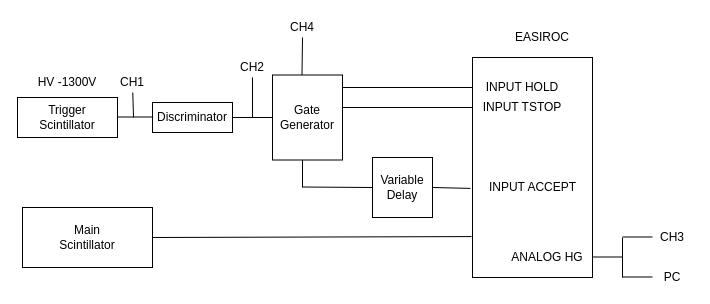
The draw.io diagram page "week2" (2 of 4) of Untitled Diagram.drawio in hmdyt/b4ex_plastic_scintillator, before the edit. Source tidied: cells renumbered, new cells numbered last; positions are measured from the earlier drawing's top-left corner, leaving out a move shared by most shapes. Both pictures are drawn from the tidied source at 100%, with x=0, y=0 at pixel (17, 17).
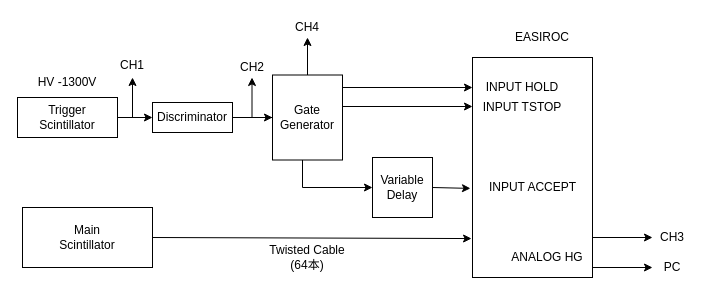
Above is the later version.

Unchanged cells that the change refers to:
```xml
<mxCell id="2" style="rounded=0;whiteSpace=wrap;html=1;" parent="1" vertex="1">
  <mxGeometry x="455" y="40" width="120" height="220" as="geometry" />
</mxCell>
<mxCell id="4" value="INPUT HOLD" style="text;html=1;strokeColor=none;fillColor=none;align=center;verticalAlign=middle;whiteSpace=wrap;rounded=0;" parent="1" vertex="1">
  <mxGeometry x="455" y="60" width="100" height="20" as="geometry" />
</mxCell>
<mxCell id="12" value="CH3" style="text;html=1;strokeColor=none;fillColor=none;align=center;verticalAlign=middle;whiteSpace=wrap;rounded=0;" parent="1" vertex="1">
  <mxGeometry x="635" y="210" width="40" height="20" as="geometry" />
</mxCell>
<mxCell id="14" value="Trigger&lt;br&gt;Scintillator" style="rounded=0;whiteSpace=wrap;html=1;" parent="1" vertex="1">
  <mxGeometry y="80" width="100" height="40" as="geometry" />
</mxCell>
<mxCell id="18" value="Discriminator" style="rounded=0;whiteSpace=wrap;html=1;" parent="1" vertex="1">
  <mxGeometry x="135" y="85" width="80" height="30" as="geometry" />
</mxCell>
<mxCell id="19" value="Gate&lt;br&gt;Generator" style="rounded=0;whiteSpace=wrap;html=1;" parent="1" vertex="1">
  <mxGeometry x="255" y="57.5" width="70" height="85" as="geometry" />
</mxCell>
<mxCell id="24" value="CH2" style="text;html=1;strokeColor=none;fillColor=none;align=center;verticalAlign=middle;whiteSpace=wrap;rounded=0;" parent="1" vertex="1">
  <mxGeometry x="215" y="40" width="40" height="20" as="geometry" />
</mxCell>
<mxCell id="28" value="Variable&lt;br&gt;Delay" style="rounded=0;whiteSpace=wrap;html=1;direction=south;" parent="1" vertex="1">
  <mxGeometry x="355" y="140" width="60" height="60" as="geometry" />
</mxCell>
```

Change to the diagram source:
```diff
@@
-    <mxCell id="8" style="endArrow=none;html=1;" parent="1" edge="1">
-      <mxGeometry relative="1" as="geometry">
-        <mxPoint x="575" y="239.5" as="sourcePoint" />
-        <mxPoint x="605" y="239.5" as="targetPoint" />
-      </mxGeometry>
-    </mxCell>
-    <mxCell id="9" style="endArrow=none;html=1;" parent="1" edge="1">
-      <mxGeometry relative="1" as="geometry">
-        <mxPoint x="605" y="260" as="sourcePoint" />
-        <mxPoint x="605" y="220" as="targetPoint" />
-      </mxGeometry>
-    </mxCell>
-    <mxCell id="10" style="endArrow=none;html=1;" parent="1" edge="1">
-      <mxGeometry relative="1" as="geometry">
-        <mxPoint x="605" y="219.5" as="sourcePoint" />
-        <mxPoint x="635" y="219.5" as="targetPoint" />
-      </mxGeometry>
-    </mxCell>
-    <mxCell id="11" style="endArrow=none;html=1;" parent="1" edge="1">
-      <mxGeometry relative="1" as="geometry">
-        <mxPoint x="635" y="259.5" as="sourcePoint" />
-        <mxPoint x="605" y="259.5" as="targetPoint" />
-      </mxGeometry>
-    </mxCell>
@@
     <mxCell id="13" value="PC" style="text;html=1;strokeColor=none;fillColor=none;align=center;verticalAlign=middle;whiteSpace=wrap;rounded=0;" parent="1" vertex="1">
-      <mxGeometry x="635" y="250" width="40" height="20" as="geometry" />
+      <mxGeometry x="635" y="240" width="40" height="20" as="geometry" />
     </mxCell>
+    <mxCell id="34" style="edgeStyle=orthogonalEdgeStyle;rounded=0;jettySize=auto;html=1;" parent="1" edge="1" source="14" target="18">
+      <mxGeometry relative="1" as="geometry" />
+    </mxCell>
@@
-    <mxCell id="17" style="endArrow=none;html=1;" parent="1" edge="1">
-      <mxGeometry relative="1" as="geometry">
-        <mxPoint x="100" y="99.5" as="sourcePoint" />
-        <mxPoint x="140" y="99.5" as="targetPoint" />
-      </mxGeometry>
-    </mxCell>
+    <mxCell id="35" style="edgeStyle=orthogonalEdgeStyle;rounded=0;jettySize=auto;html=1;" parent="1" edge="1" source="18" target="19">
+      <mxGeometry relative="1" as="geometry" />
+    </mxCell>
@@
+    <mxCell id="36" style="edgeStyle=orthogonalEdgeStyle;rounded=0;jettySize=auto;html=1;" parent="1" edge="1" source="19" target="32">
+      <mxGeometry relative="1" as="geometry" />
+    </mxCell>
@@
-    <mxCell id="21" style="endArrow=none;html=1;" parent="1" edge="1" target="22">
-      <mxGeometry relative="1" as="geometry">
-        <mxPoint x="116" y="100" as="sourcePoint" />
-      </mxGeometry>
-    </mxCell>
     <mxCell id="22" value="CH1" style="text;html=1;strokeColor=none;fillColor=none;align=center;verticalAlign=middle;whiteSpace=wrap;rounded=0;" parent="1" vertex="1">
-      <mxGeometry x="95" y="55" width="40" height="20" as="geometry" />
+      <mxGeometry x="95" y="37.5" width="40" height="20" as="geometry" />
     </mxCell>
-    <mxCell id="23" style="endArrow=none;html=1;" parent="1" edge="1" target="24">
-      <mxGeometry relative="1" as="geometry">
-        <mxPoint x="235" y="100" as="sourcePoint" />
-      </mxGeometry>
-    </mxCell>
@@
-    <mxCell id="25" style="endArrow=none;html=1;" parent="1" edge="1" target="4">
-      <mxGeometry relative="1" as="geometry">
-        <mxPoint x="325" y="70" as="sourcePoint" />
-      </mxGeometry>
-    </mxCell>
-    <mxCell id="26" style="endArrow=none;html=1;" parent="1" edge="1">
-      <mxGeometry relative="1" as="geometry">
-        <mxPoint x="325" y="90" as="sourcePoint" />
-        <mxPoint x="455" y="90" as="targetPoint" />
-      </mxGeometry>
-    </mxCell>
@@
-    <mxCell id="29" style="endArrow=none;html=1;entryX=0.5;entryY=1;entryDx=0;entryDy=0;" parent="1" edge="1" target="28">
-      <mxGeometry relative="1" as="geometry">
-        <mxPoint x="285" y="169.5" as="sourcePoint" />
-      </mxGeometry>
-    </mxCell>
-    <mxCell id="30" style="endArrow=none;html=1;entryX=-0.017;entryY=0.595;entryDx=0;entryDy=0;entryPerimeter=0;" parent="1" edge="1" target="2">
-      <mxGeometry relative="1" as="geometry">
-        <mxPoint x="415" y="170" as="sourcePoint" />
-      </mxGeometry>
-    </mxCell>
-    <mxCell id="31" style="endArrow=none;html=1;" parent="1" edge="1">
-      <mxGeometry relative="1" as="geometry">
-        <mxPoint x="284.5" y="57.5" as="sourcePoint" />
-        <mxPoint x="285" y="20" as="targetPoint" />
-      </mxGeometry>
-    </mxCell>
     <mxCell id="32" value="CH4" style="text;html=1;strokeColor=none;fillColor=none;align=center;verticalAlign=middle;whiteSpace=wrap;rounded=0;" parent="1" vertex="1">
-      <mxGeometry x="265" width="40" height="20" as="geometry" />
+      <mxGeometry x="270" width="40" height="20" as="geometry" />
     </mxCell>
-    <mxCell id="33" style="endArrow=none;html=1;entryX=-0.008;entryY=0.814;entryDx=0;entryDy=0;entryPerimeter=0;" parent="1" edge="1" target="2">
-      <mxGeometry relative="1" as="geometry">
-        <mxPoint x="135" y="220" as="sourcePoint" />
-      </mxGeometry>
-    </mxCell>
+    <mxCell id="37" style="endArrow=classic;html=1;entryX=0;entryY=0.5;entryDx=0;entryDy=0;" parent="1" edge="1" target="4">
+      <mxGeometry relative="1" as="geometry">
+        <mxPoint x="325" y="70" as="sourcePoint" />
+      </mxGeometry>
+    </mxCell>
+    <mxCell id="38" style="endArrow=classic;html=1;entryX=0;entryY=0.5;entryDx=0;entryDy=0;" parent="1" edge="1">
+      <mxGeometry relative="1" as="geometry">
+        <mxPoint x="325" y="89" as="sourcePoint" />
+        <mxPoint x="455" y="89" as="targetPoint" />
+      </mxGeometry>
+    </mxCell>
+    <mxCell id="39" style="endArrow=classic;html=1;entryX=0.5;entryY=1;entryDx=0;entryDy=0;" parent="1" edge="1" target="28">
+      <mxGeometry relative="1" as="geometry">
+        <mxPoint x="285" y="170" as="sourcePoint" />
+      </mxGeometry>
+    </mxCell>
+    <mxCell id="40" style="endArrow=classic;html=1;entryX=-0.008;entryY=0.823;entryDx=0;entryDy=0;entryPerimeter=0;" parent="1" edge="1" target="2">
+      <mxGeometry relative="1" as="geometry">
+        <mxPoint x="135" y="220" as="sourcePoint" />
+      </mxGeometry>
+    </mxCell>
+    <mxCell id="41" style="endArrow=classic;html=1;" parent="1" edge="1">
+      <mxGeometry relative="1" as="geometry">
+        <mxPoint x="234.5" y="100" as="sourcePoint" />
+        <mxPoint x="234.5" y="60" as="targetPoint" />
+      </mxGeometry>
+    </mxCell>
+    <mxCell id="42" style="endArrow=classic;html=1;" parent="1" edge="1">
+      <mxGeometry relative="1" as="geometry">
+        <mxPoint x="115" y="100" as="sourcePoint" />
+        <mxPoint x="115" y="60" as="targetPoint" />
+      </mxGeometry>
+    </mxCell>
+    <mxCell id="43" value="Twisted Cable&lt;br&gt;(64本)" style="text;html=1;strokeColor=none;fillColor=none;align=center;verticalAlign=middle;whiteSpace=wrap;rounded=0;" parent="1" vertex="1">
+      <mxGeometry x="240" y="230" width="100" height="20" as="geometry" />
+    </mxCell>
+    <mxCell id="44" style="endArrow=classic;html=1;entryX=-0.017;entryY=0.595;entryDx=0;entryDy=0;entryPerimeter=0;" parent="1" edge="1" target="2">
+      <mxGeometry relative="1" as="geometry">
+        <mxPoint x="415" y="170" as="sourcePoint" />
+      </mxGeometry>
+    </mxCell>
+    <mxCell id="45" style="endArrow=classic;html=1;entryX=0;entryY=0.5;entryDx=0;entryDy=0;" parent="1" edge="1" target="12">
+      <mxGeometry relative="1" as="geometry">
+        <mxPoint x="575" y="220" as="sourcePoint" />
+      </mxGeometry>
+    </mxCell>
+    <mxCell id="46" style="endArrow=classic;html=1;entryX=0;entryY=0.5;entryDx=0;entryDy=0;" parent="1" edge="1">
+      <mxGeometry relative="1" as="geometry">
+        <mxPoint x="575" y="250" as="sourcePoint" />
+        <mxPoint x="635" y="250" as="targetPoint" />
+      </mxGeometry>
+    </mxCell>
```
